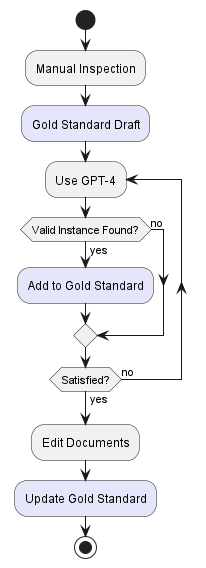
Earlier version of the PlantUML export src/paper/gold_standard.png (yavuzkaraca/bachelor-thesis). The source it was exported from:
```plantuml
@startuml

start

:Manual Inspection;
#Lavender:Gold Standard Draft;

repeat :Use GPT-4;

if (Valid Instance Found?) then (yes)
  #Lavender:Add to Gold Standard;
else (no)
endif

repeat while (Satisfied?) is (no) not (yes)

:Edit Documents;

#Lavender:Update Gold Standard;

stop

@enduml
```
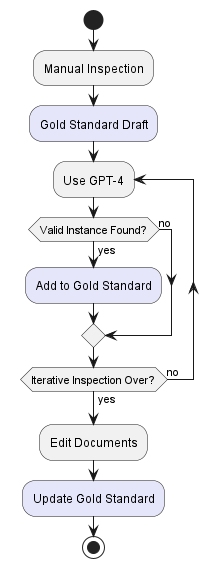
The same diagram one commit later.

The edit, as a diff of the source:
```diff
@@ -12,7 +12,7 @@
 else (no)
 endif
 
-repeat while (Satisfied?) is (no) not (yes)
+repeat while (Iterative Inspection Over?) is (no) not (yes)
 
 :Edit Documents;
 
```
